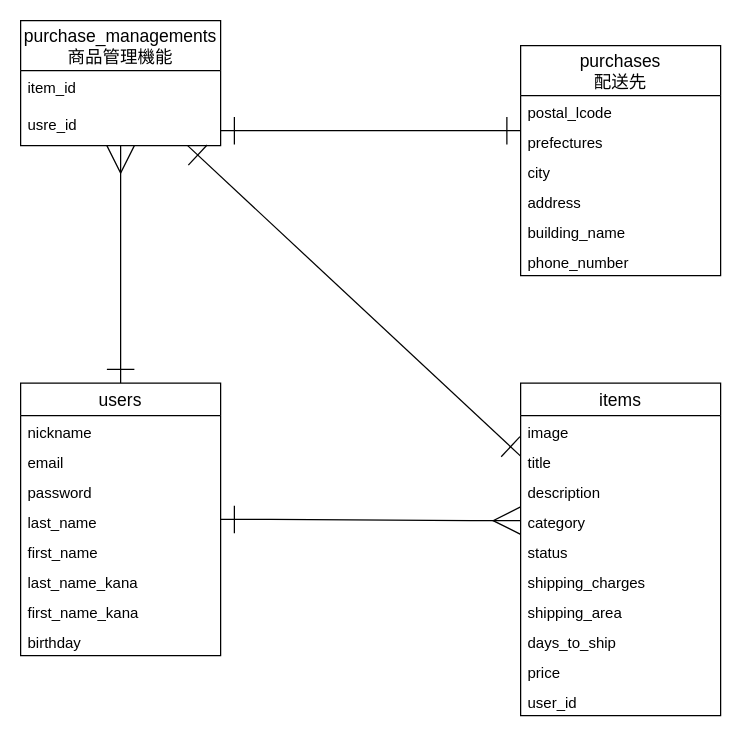
uuutah/furima-33384 keeps this draw.io diagram as furima.dio. Above is the earlier version. Source tidied: cells renumbered, new cells numbered last; positions are measured from the earlier drawing's top-left corner, leaving out a move shared by most shapes. Both pictures are drawn from the tidied source at 125%, with x=0, y=0 at pixel (20, 20).
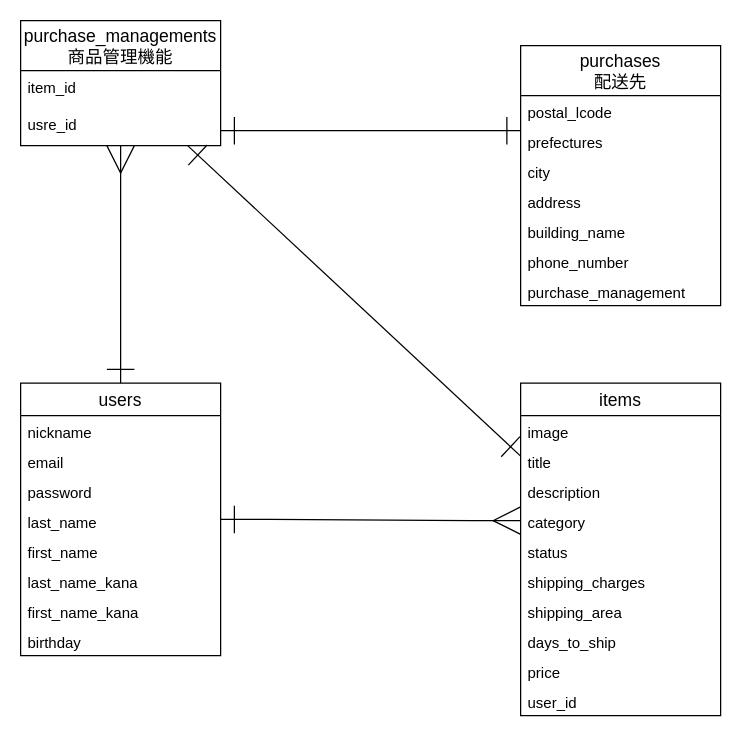
The same diagram, later.

The edit, as a diff of the source:
```diff
@@
     <mxCell id="24" value="purchases&#10;配送先" style="swimlane;fontStyle=0;horizontal=1;startSize=40;align=center;fontSize=14;" parent="1" vertex="1">
-      <mxGeometry x="400" y="20" width="160" height="184" as="geometry" />
+      <mxGeometry x="400" y="20" width="160" height="208" as="geometry" />
     </mxCell>
@@
+    <mxCell id="36" value="purchase_management" style="text;strokeColor=none;fillColor=none;spacingLeft=4;spacingRight=4;overflow=hidden;fontSize=12;" parent="24" vertex="1">
+      <mxGeometry y="184" width="160" height="24" as="geometry" />
+    </mxCell>
```
